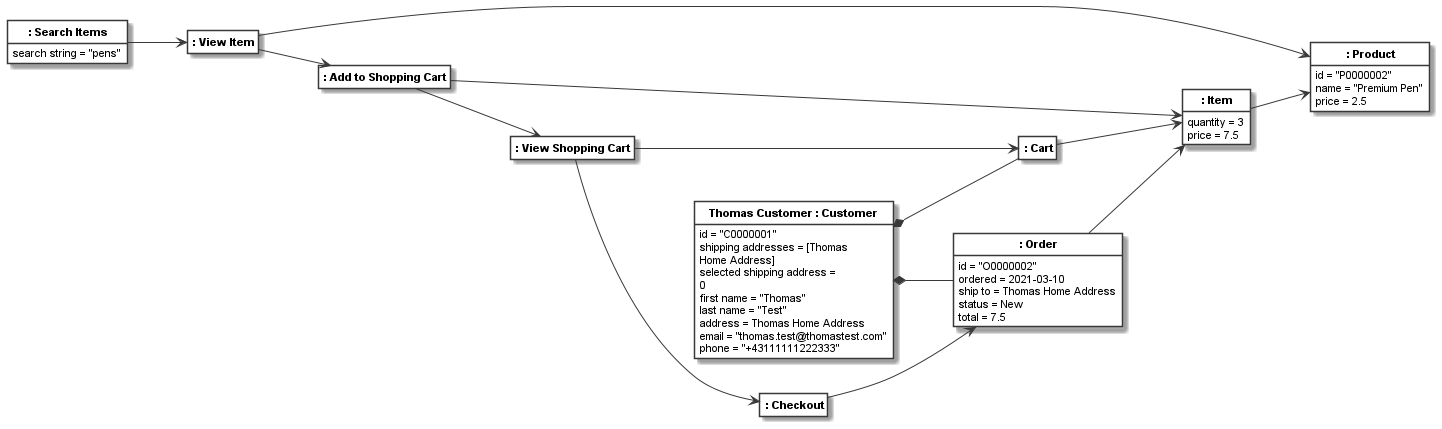
This is docs/_images/shopping_trace_object_model_with_objects.png from uzdun/CodeableModels, a PlantUML export, as it was before one commit.
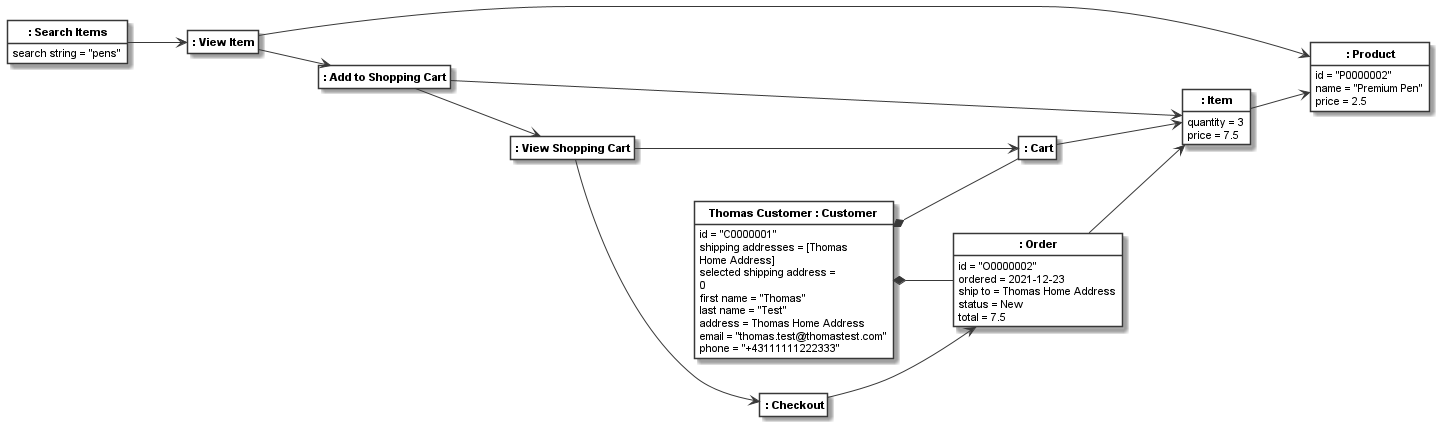
The same file after the commit.

The edit, as a diff of the source:
```diff
@@ -36,7 +36,7 @@
 
 class "<b> : Order</b>" as __7_None {
 id = "O0000002"
-ordered = 2021-03-10
+ordered = 2021-12-23
 ship to = Thomas Home Address
 status = New
 total = 7.5
```
